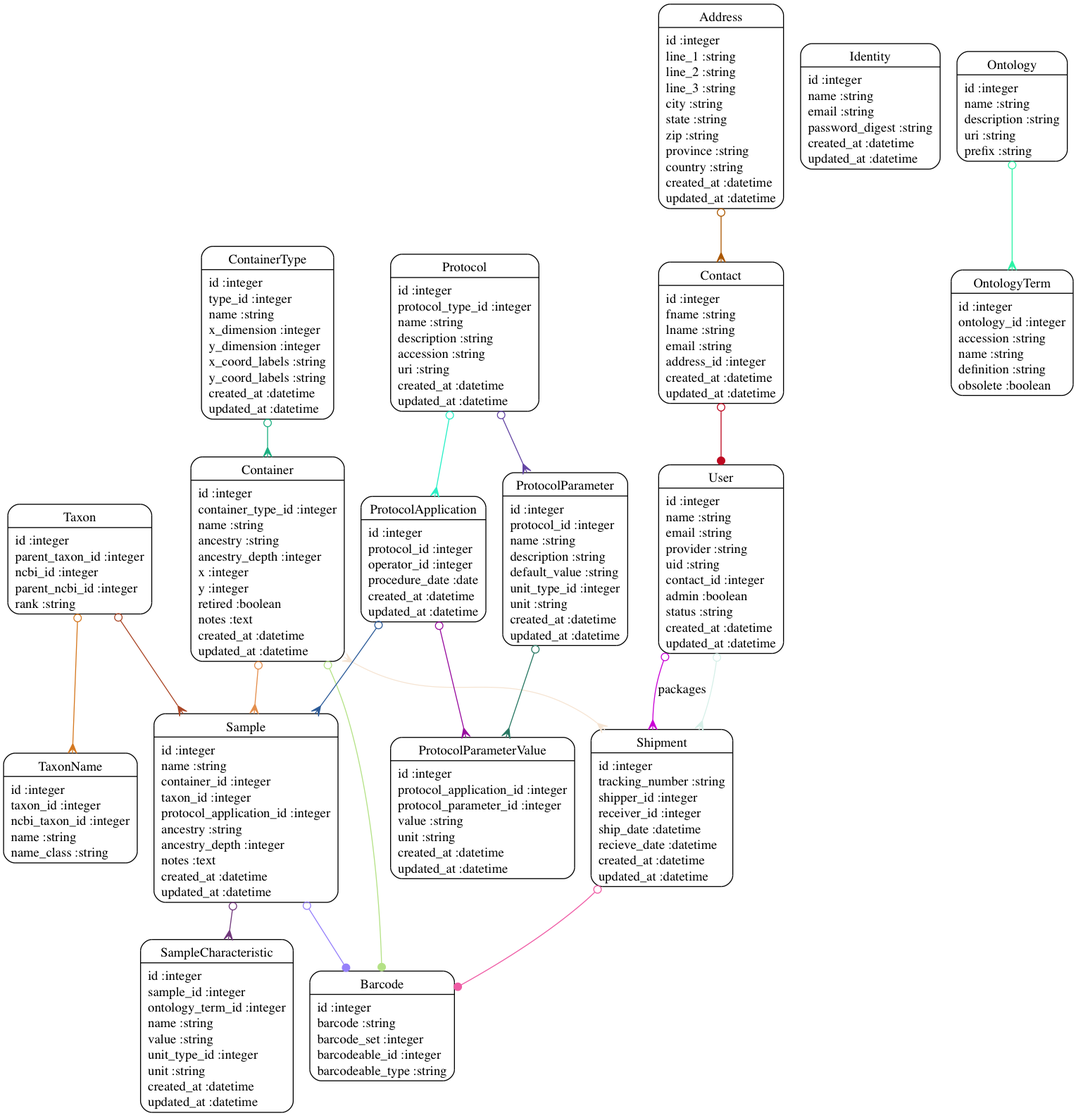
dimitras/collos keeps this Graphviz diagram as models.png. Above is the earlier version. Its source is kept beside it as models.dot.
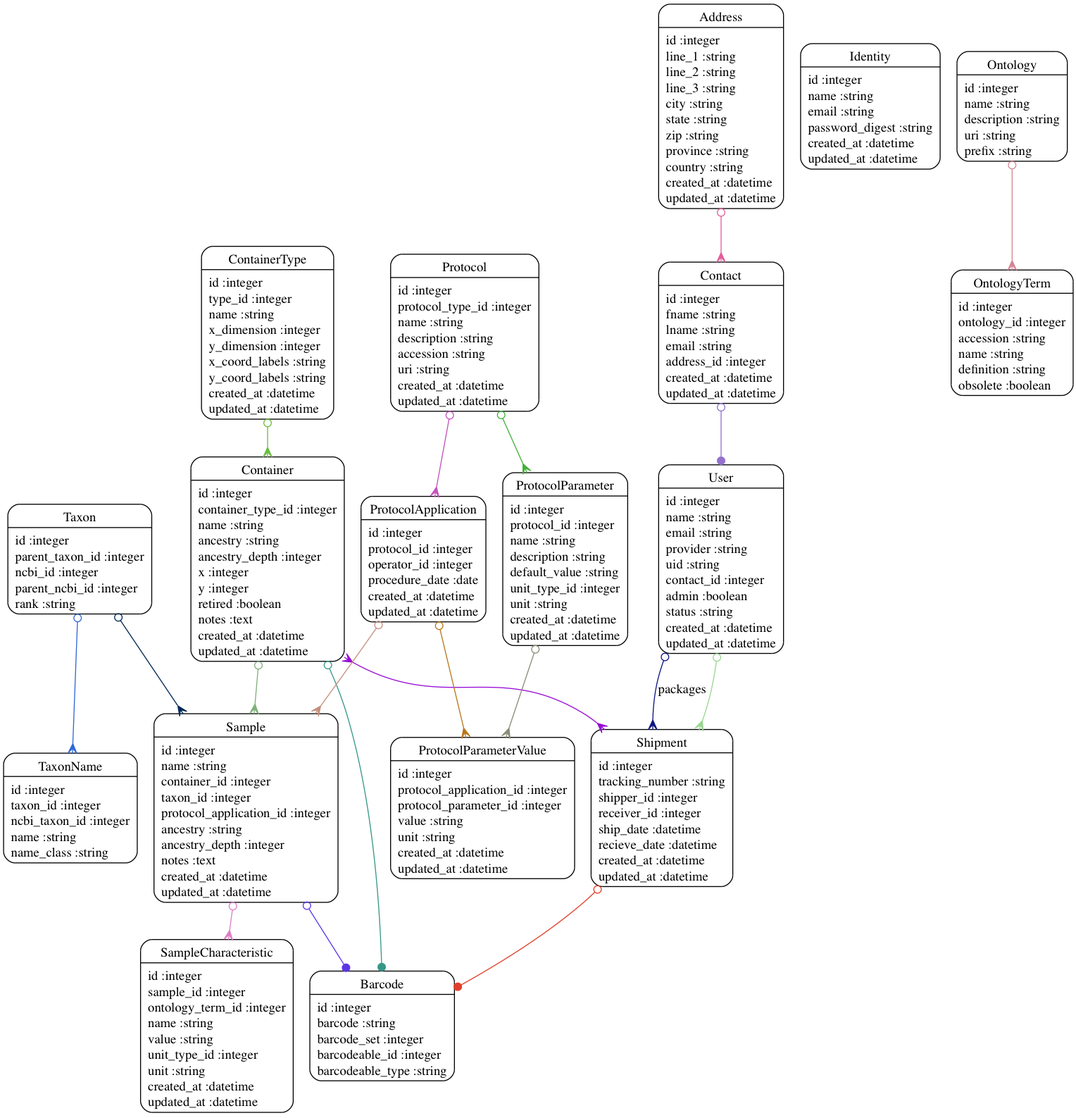
Above is the later version.

Change to the diagram source:
```diff
@@ -18,23 +18,23 @@
 	"Taxon" [shape=Mrecord, label="{Taxon|id :integer\lparent_taxon_id :integer\lncbi_id :integer\lparent_ncbi_id :integer\lrank :string\l}"]
 	"TaxonName" [shape=Mrecord, label="{TaxonName|id :integer\ltaxon_id :integer\lncbi_taxon_id :integer\lname :string\lname_class :string\l}"]
 	"User" [shape=Mrecord, label="{User|id :integer\lname :string\lemail :string\lprovider :string\luid :string\lcontact_id :integer\ladmin :boolean\lstatus :string\lcreated_at :datetime\lupdated_at :datetime\l}"]
-	"Address" -> "Contact" [arrowtail=odot, arrowhead=crow, dir=both color="#AA5701"]
-	"Contact" -> "User" [arrowtail=odot, arrowhead=dot, dir=both color="#BD0921"]
-	"Container" -> "Sample" [arrowtail=odot, arrowhead=crow, dir=both color="#E38D4B"]
-	"Container" -> "Barcode" [arrowtail=odot, arrowhead=dot, dir=both color="#B4E186"]
-	"Container" -> "Shipment" [arrowtail=crow, arrowhead=crow, dir=both color="#F5E4D3"]
-	"ContainerType" -> "Container" [arrowtail=odot, arrowhead=crow, dir=both color="#1CAF81"]
-	"Ontology" -> "OntologyTerm" [arrowtail=odot, arrowhead=crow, dir=both color="#2CF3A6"]
-	"Protocol" -> "ProtocolApplication" [arrowtail=odot, arrowhead=crow, dir=both color="#28EFC6"]
-	"Protocol" -> "ProtocolParameter" [arrowtail=odot, arrowhead=crow, dir=both color="#6446A4"]
-	"ProtocolApplication" -> "Sample" [arrowtail=odot, arrowhead=crow, dir=both color="#2B5A98"]
-	"ProtocolApplication" -> "ProtocolParameterValue" [arrowtail=odot, arrowhead=crow, dir=both color="#970B9E"]
-	"ProtocolParameter" -> "ProtocolParameterValue" [arrowtail=odot, arrowhead=crow, dir=both color="#277762"]
-	"Sample" -> "Barcode" [arrowtail=odot, arrowhead=dot, dir=both color="#9580FA"]
-	"Sample" -> "SampleCharacteristic" [arrowtail=odot, arrowhead=crow, dir=both color="#70377B"]
-	"Shipment" -> "Barcode" [arrowtail=odot, arrowhead=dot, dir=both color="#EE5AA4"]
-	"Taxon" -> "Sample" [arrowtail=odot, arrowhead=crow, dir=both color="#AA4626"]
-	"Taxon" -> "TaxonName" [arrowtail=odot, arrowhead=crow, dir=both color="#D47820"]
-	"User" -> "Shipment" [arrowtail=odot, arrowhead=crow, dir=both color="#D6EFE8"]
-	"User" -> "Shipment" [label="packages", arrowtail=odot, arrowhead=crow, dir=both color="#C901D5"]
+	"Address" -> "Contact" [arrowtail=odot, arrowhead=crow, dir=both color="#E35E99"]
+	"Contact" -> "User" [arrowtail=odot, arrowhead=dot, dir=both color="#9471CD"]
+	"Container" -> "Sample" [arrowtail=odot, arrowhead=crow, dir=both color="#7DB079"]
+	"Container" -> "Barcode" [arrowtail=odot, arrowhead=dot, dir=both color="#369787"]
+	"Container" -> "Shipment" [arrowtail=crow, arrowhead=crow, dir=both color="#960CD4"]
+	"ContainerType" -> "Container" [arrowtail=odot, arrowhead=crow, dir=both color="#67BE3D"]
+	"Ontology" -> "OntologyTerm" [arrowtail=odot, arrowhead=crow, dir=both color="#D28694"]
+	"Protocol" -> "ProtocolApplication" [arrowtail=odot, arrowhead=crow, dir=both color="#C552BB"]
+	"Protocol" -> "ProtocolParameter" [arrowtail=odot, arrowhead=crow, dir=both color="#43B038"]
+	"ProtocolApplication" -> "Sample" [arrowtail=odot, arrowhead=crow, dir=both color="#C48E7D"]
+	"ProtocolApplication" -> "ProtocolParameterValue" [arrowtail=odot, arrowhead=crow, dir=both color="#B8771A"]
+	"ProtocolParameter" -> "ProtocolParameterValue" [arrowtail=odot, arrowhead=crow, dir=both color="#888D75"]
+	"Sample" -> "Barcode" [arrowtail=odot, arrowhead=dot, dir=both color="#5C35E6"]
+	"Sample" -> "SampleCharacteristic" [arrowtail=odot, arrowhead=crow, dir=both color="#DD7FC3"]
+	"Shipment" -> "Barcode" [arrowtail=odot, arrowhead=dot, dir=both color="#DF3F2A"]
+	"Taxon" -> "Sample" [arrowtail=odot, arrowhead=crow, dir=both color="#002654"]
+	"Taxon" -> "TaxonName" [arrowtail=odot, arrowhead=crow, dir=both color="#2F68D5"]
+	"User" -> "Shipment" [arrowtail=odot, arrowhead=crow, dir=both color="#99D690"]
+	"User" -> "Shipment" [label="packages", arrowtail=odot, arrowhead=crow, dir=both color="#0D1581"]
 }
```
